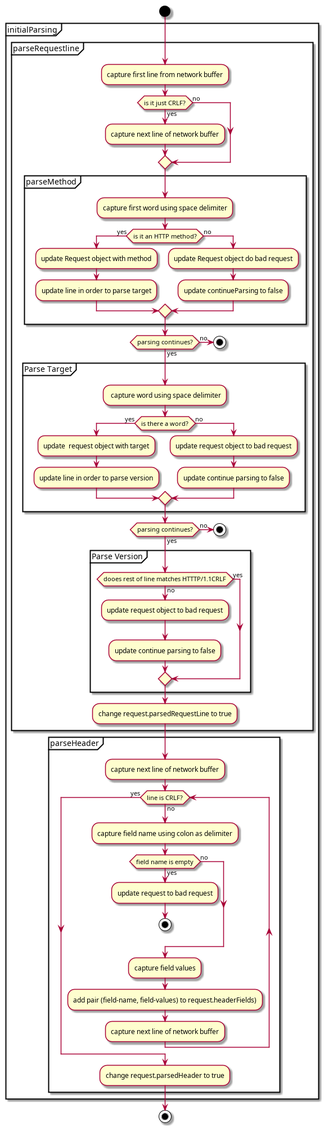
Before: docs/parseRequest.png, a diagram exported from PlantUML (thaisnishimoto/42sp_Webserv). Its source is kept beside it as docs/parseRequest.puml. Source of this version:
```plantuml
@startuml

start
group initialParsing
	group parseRequestline
		:capture first line from network buffer;
		if (is it just CRLF?) then (yes)
			:capture next line of network buffer;
		else (no)
		endif
		group parseMethod
			:capture first word using space delimiter;
			if (is it an HTTP method?) then (yes)
				:update Request object with method;
				:update line in order to parse target;
			else (no)
				:update Request object do bad request;
				:update continueParsing to false;
			endif
		end group
		if (parsing continues?) then (no)
			stop;
		else (yes)
			group Parse Target
				: capture word using space delimiter;
			if (is there a word?) then (yes)
				:update  request object with target;
				:update line in order to parse version;
			else (no)
				:update request object to bad request;
				:update continue parsing to false;
			endif
			end group
		if (parsing continues?) then (no)
			stop;
		else (yes)
			group Parse Version
				if (dooes rest of line matches HTTTP/1.1CRLF) then (no)
				:update request object to bad request;
				:update continue parsing to false;
			else (yes)
			endif
			end group
			:change request.parsedRequestLine to true;
		endif
		endif
	end group
	group parseHeader
		:capture next line of network buffer;
		while (line is CRLF?) is (no)
			:capture field name using colon as delimiter;
			if (field name is empty) then (yes)
				:update request to bad request;
				stop
			else (no)
			endif
			:capture field values;
			:add pair (field-name, field-values) to request.headerFields);
			:capture next line of network buffer;
		endwhile (yes)
		:change request.parsedHeader to true;
	end group
end group
stop


@enduml
```
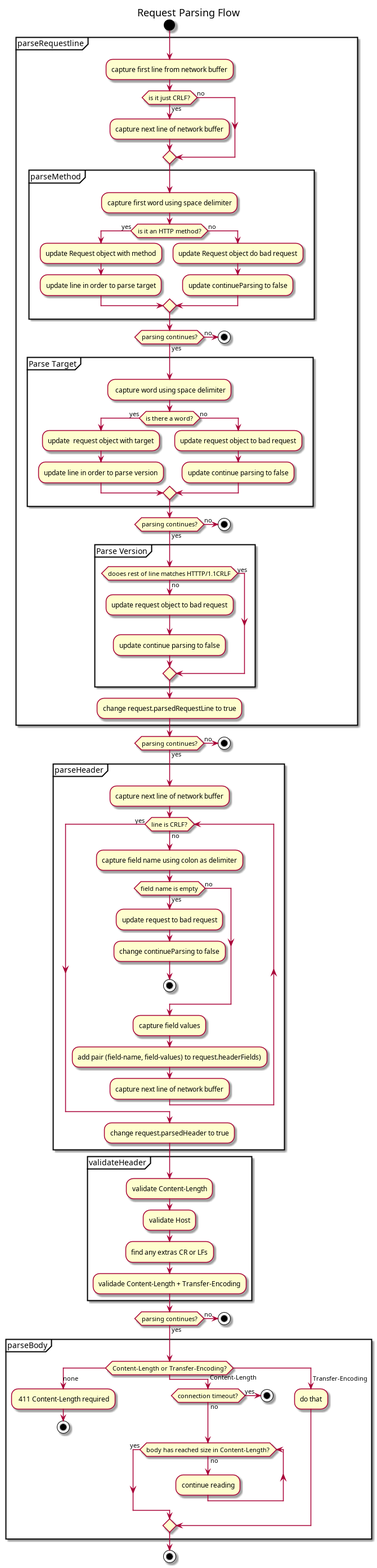
The same diagram one commit later.

Commit message:
update webservMaps and parseRequest diagrams

The edit, as a diff of the source:
```diff
@@ -1,7 +1,8 @@
 @startuml
 
+title Request Parsing Flow
+
 start
-group initialParsing
 	group parseRequestline
 		:capture first line from network buffer;
 		if (is it just CRLF?) then (yes)
@@ -45,12 +46,16 @@
 		endif
 		endif
 	end group
+		if (parsing continues?) then (no)
+			stop;
+		else (yes)
 	group parseHeader
 		:capture next line of network buffer;
 		while (line is CRLF?) is (no)
 			:capture field name using colon as delimiter;
 			if (field name is empty) then (yes)
 				:update request to bad request;
+				:change continueParsing to false;
 				stop
 			else (no)
 			endif
@@ -60,7 +65,33 @@
 		endwhile (yes)
 		:change request.parsedHeader to true;
 	end group
-end group
+	group validateHeader
+		:validate Content-Length;
+		:validate Host;
+		:find any extras CR or LFs;
+		:validade Content-Length + Transfer-Encoding;
+	end group
+		if (parsing continues?) then (no)
+			stop
+		else (yes)
+		endif
+	group parseBody
+		switch (Content-Length or Transfer-Encoding?)
+			case (none)
+			: 411 Content-Length required;
+			stop;
+			case ( Content-Length )
+			if (connection timeout?) then (yes)
+				stop
+			else (no)
+			endif
+			while (body has reached size in Content-Length?) is (no)
+				:continue reading;
+			endwhile (yes)
+			case ( Transfer-Encoding )
+				:do that;
+		endswitch
+	end group
 stop
 
 
```
